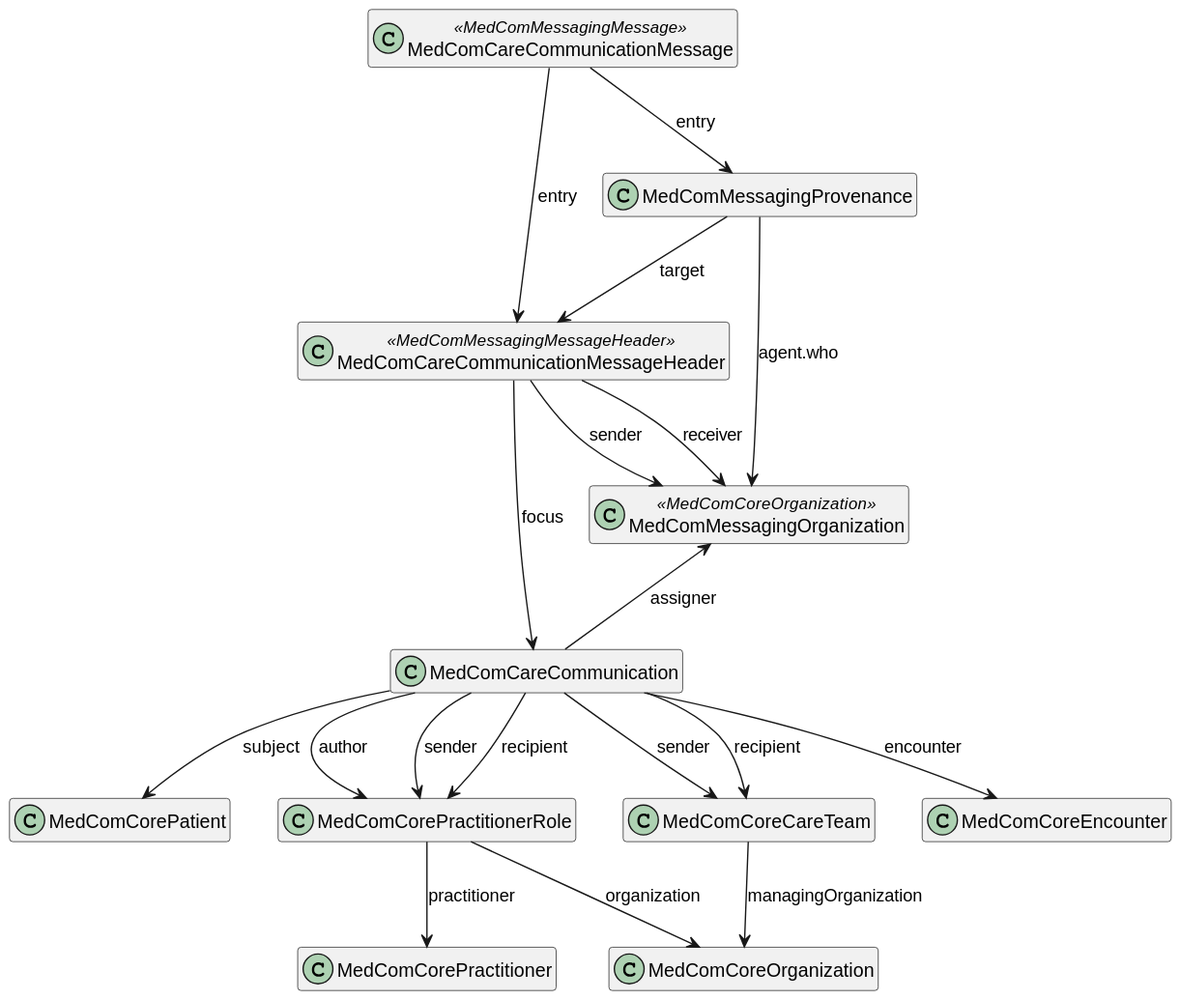
Above: input/images/carecommunication/CareCommunication.svg in medcomdk/dk-medcom-carecommunication (PlantUML), before the change.
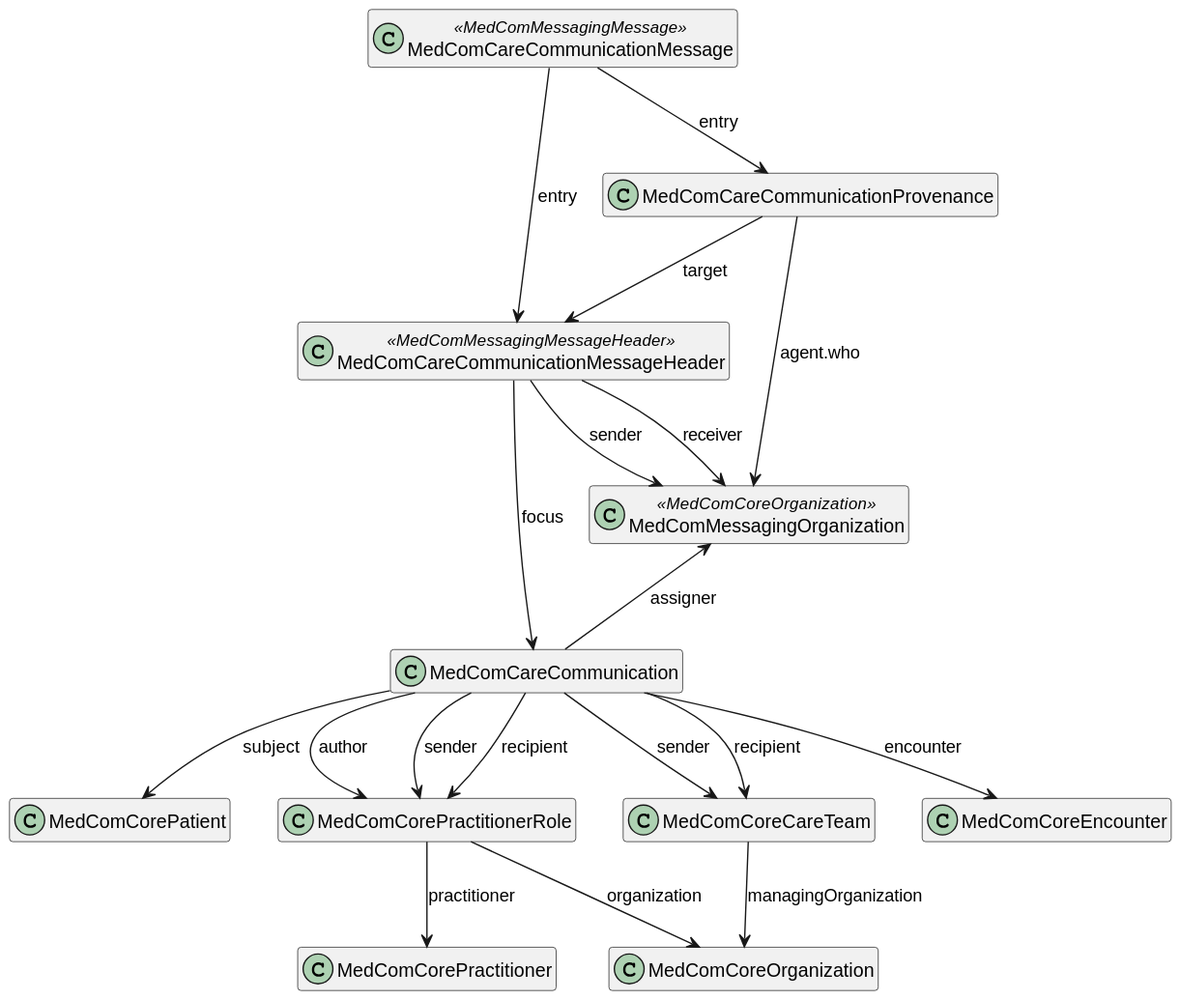
After the change.

Commit message:
Corrected UML diagram from MedComMessagingProvenanc to MedComCareCommunicationProvenancee

Also deleted old description.

What changed in the source:
```diff
@@ -1,12 +1,11 @@
-@startuml CareCommunication
-
+@startuml
 hide empty members
 
 top to bottom direction
 
 class "MedComCareCommunicationMessage" as message <<MedComMessagingMessage>>
 class "MedComCareCommunicationMessageHeader" as messageheader <<MedComMessagingMessageHeader>>
-class "MedComMessagingProvenance" as provenance
+class "MedComCareCommunicationProvenance" as provenance
 class "MedComMessagingOrganization" as messagingOrganization <<MedComCoreOrganization>>
 class "MedComCareCommunication" as communication
 class "MedComCorePatient" as patient
```
